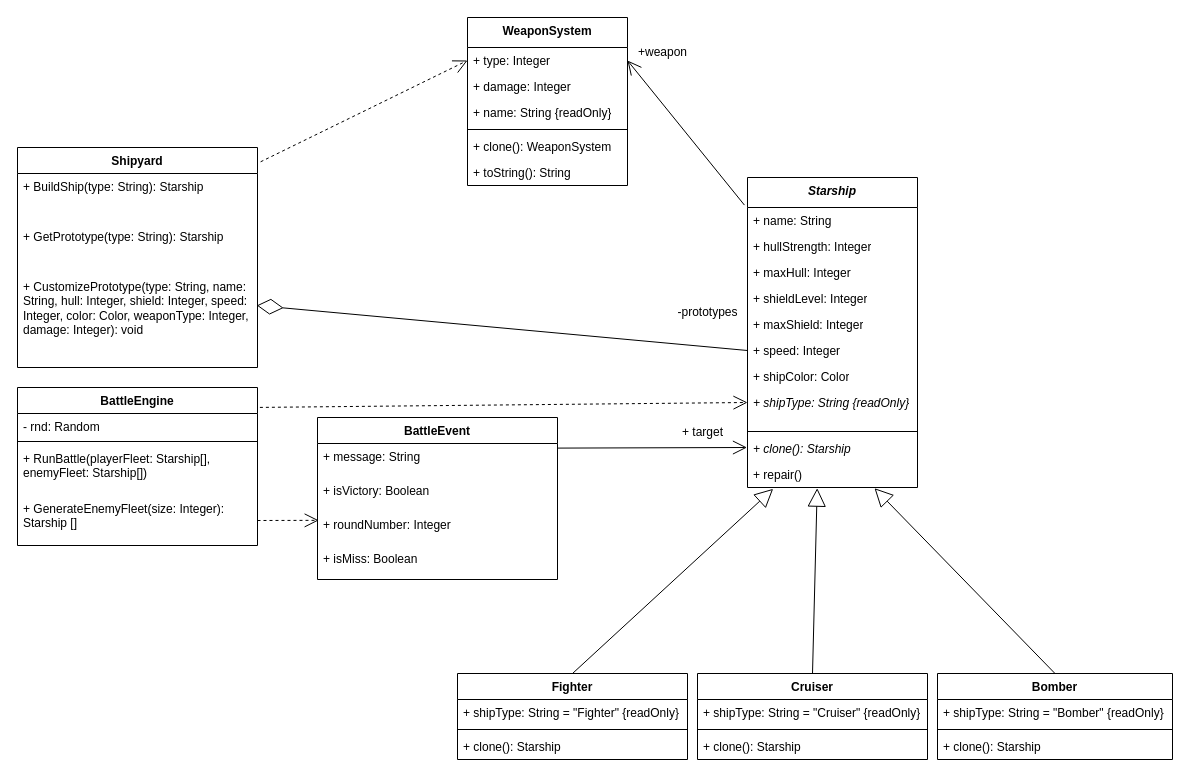
This is lab01/umlships.drawio from bigflyy/Object-oriented-analysis-and-design-2, a draw.io file, before an edit. Source tidied: cells renumbered, new cells numbered last; positions are measured from the earlier drawing's top-left corner, leaving out a move shared by most shapes. Both pictures are drawn from the tidied source at 100%, with x=0, y=0 at pixel (17, 17).
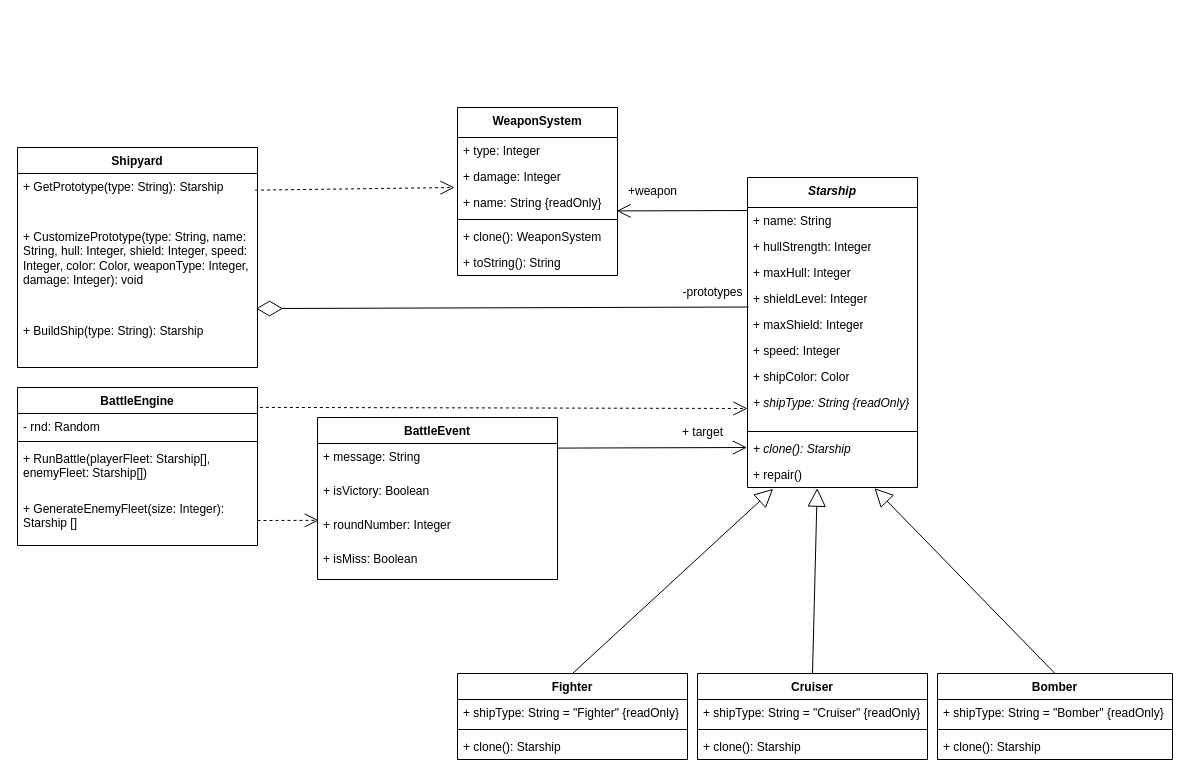
Above is the later version.

The change refers to these unchanged cells:
```xml
<mxCell id="2" value="&lt;div&gt;&lt;i style=&quot;background-color: transparent; color: light-dark(rgb(0, 0, 0), rgb(255, 255, 255));&quot;&gt;Starship&lt;/i&gt;&lt;/div&gt;" style="swimlane;fontStyle=1;align=center;verticalAlign=top;horizontal=1;startSize=30;whiteSpace=wrap;html=1;" parent="1" vertex="1">
  <mxGeometry x="730" y="160" width="170" height="310" as="geometry" />
</mxCell>
<mxCell id="6" value="+ shieldLevel: Integer" style="text;strokeColor=none;fillColor=none;align=left;verticalAlign=top;spacingLeft=4;spacingRight=4;overflow=hidden;points=[[0,0.5],[1,0.5]];portConstraint=eastwest;whiteSpace=wrap;html=1;" parent="2" vertex="1">
  <mxGeometry y="108" width="170" height="26" as="geometry" />
</mxCell>
<mxCell id="8" value="+ speed: Integer" style="text;strokeColor=none;fillColor=none;align=left;verticalAlign=top;spacingLeft=4;spacingRight=4;overflow=hidden;points=[[0,0.5],[1,0.5]];portConstraint=eastwest;whiteSpace=wrap;html=1;" parent="2" vertex="1">
  <mxGeometry y="160" width="170" height="26" as="geometry" />
</mxCell>
<mxCell id="10" value="&lt;i&gt;+ shipType: String {readOnly}&lt;/i&gt;" style="text;strokeColor=none;fillColor=none;align=left;verticalAlign=top;spacingLeft=4;spacingRight=4;overflow=hidden;points=[[0,0.5],[1,0.5]];portConstraint=eastwest;whiteSpace=wrap;html=1;" parent="2" vertex="1">
  <mxGeometry y="212" width="170" height="38" as="geometry" />
</mxCell>
<mxCell id="30" value="+ type: Integer" style="text;strokeColor=none;fillColor=none;align=left;verticalAlign=top;spacingLeft=4;spacingRight=4;overflow=hidden;points=[[0,0.5],[1,0.5]];portConstraint=eastwest;whiteSpace=wrap;html=1;" parent="29" vertex="1">
  <mxGeometry y="30" width="160" height="26" as="geometry" />
</mxCell>
<mxCell id="32" value="+ name: String {readOnly}" style="text;strokeColor=none;fillColor=none;align=left;verticalAlign=top;spacingLeft=4;spacingRight=4;overflow=hidden;points=[[0,0.5],[1,0.5]];portConstraint=eastwest;whiteSpace=wrap;html=1;" parent="29" vertex="1">
  <mxGeometry y="82" width="160" height="26" as="geometry" />
</mxCell>
<mxCell id="37" value="BattleEngine" style="swimlane;fontStyle=1;align=center;verticalAlign=top;horizontal=1;startSize=26;whiteSpace=wrap;html=1;" parent="1" vertex="1">
  <mxGeometry y="370" width="240" height="158" as="geometry" />
</mxCell>
<mxCell id="44" value="Shipyard" style="swimlane;fontStyle=1;align=center;verticalAlign=top;horizontal=1;startSize=26;whiteSpace=wrap;html=1;" parent="1" vertex="1">
  <mxGeometry y="130" width="240" height="220" as="geometry" />
</mxCell>
```

Change to the diagram source:
```diff
@@
     <mxCell id="29" value="WeaponSystem" style="swimlane;fontStyle=1;align=center;verticalAlign=top;horizontal=1;startSize=30;whiteSpace=wrap;html=1;" parent="1" vertex="1">
-      <mxGeometry x="450" width="160" height="168" as="geometry" />
+      <mxGeometry x="440" y="90" width="160" height="168" as="geometry" />
     </mxCell>
@@
-    <mxCell id="36" style="endArrow=open;endFill=1;endSize=12;html=1;rounded=0;exitX=-0.018;exitY=0.089;exitDx=0;exitDy=0;entryX=1;entryY=0.5;entryDx=0;entryDy=0;exitPerimeter=0;" parent="1" edge="1" source="2" target="30">
-      <mxGeometry relative="1" as="geometry" />
+    <mxCell id="36" style="endArrow=open;endFill=1;endSize=12;html=1;rounded=0;entryX=0.995;entryY=0.824;entryDx=0;entryDy=0;entryPerimeter=0;" parent="1" edge="1" target="32">
+      <mxGeometry relative="1" as="geometry">
+        <mxPoint x="730" y="193" as="sourcePoint" />
+      </mxGeometry>
     </mxCell>
@@
-    <mxCell id="42" style="endArrow=open;endSize=12;dashed=1;html=1;rounded=0;exitX=1.01;exitY=0.126;exitDx=0;exitDy=0;exitPerimeter=0;entryX=0;entryY=0.5;entryDx=0;entryDy=0;" parent="1" edge="1" source="37">
-      <mxGeometry relative="1" as="geometry">
-        <mxPoint x="730" y="385" as="targetPoint" />
-      </mxGeometry>
+    <mxCell id="42" style="endArrow=open;endSize=12;dashed=1;html=1;rounded=0;exitX=1.01;exitY=0.126;exitDx=0;exitDy=0;exitPerimeter=0;entryX=0;entryY=0.5;entryDx=0;entryDy=0;" parent="1" edge="1" source="37" target="10">
+      <mxGeometry relative="1" as="geometry" />
     </mxCell>
     <mxCell id="43" value="+weapon" style="text;html=1;align=center;verticalAlign=middle;strokeColor=none;fillColor=none;" parent="1" vertex="1">
-      <mxGeometry x="610" y="20" width="70" height="30" as="geometry" />
+      <mxGeometry x="600" y="159" width="70" height="30" as="geometry" />
     </mxCell>
@@
-    <mxCell id="45" value="+ BuildShip(type: String): Starship" style="text;strokeColor=none;fillColor=none;align=left;verticalAlign=top;spacingLeft=4;spacingRight=4;overflow=hidden;whiteSpace=wrap;html=1;" parent="44" vertex="1">
-      <mxGeometry y="26" width="240" height="50" as="geometry" />
-    </mxCell>
     <mxCell id="46" value="+ GetPrototype(type: String): Starship" style="text;strokeColor=none;fillColor=none;align=left;verticalAlign=top;spacingLeft=4;spacingRight=4;overflow=hidden;points=[[0,0.5],[1,0.5]];portConstraint=eastwest;whiteSpace=wrap;html=1;" parent="44" vertex="1">
-      <mxGeometry y="76" width="240" height="50" as="geometry" />
+      <mxGeometry y="26" width="240" height="50" as="geometry" />
     </mxCell>
     <mxCell id="47" value="+ CustomizePrototype(type: String, name: String, hull: Integer, shield: Integer, speed: Integer, color: Color, weaponType: Integer, damage: Integer): void" style="text;strokeColor=none;fillColor=none;align=left;verticalAlign=top;spacingLeft=4;spacingRight=4;overflow=hidden;points=[[0,0.5],[1,0.5]];portConstraint=eastwest;whiteSpace=wrap;html=1;" parent="44" vertex="1">
-      <mxGeometry y="126" width="240" height="94" as="geometry" />
+      <mxGeometry y="76" width="240" height="94" as="geometry" />
     </mxCell>
+    <mxCell id="45" value="+ BuildShip(type: String): Starship" style="text;strokeColor=none;fillColor=none;align=left;verticalAlign=top;spacingLeft=4;spacingRight=4;overflow=hidden;whiteSpace=wrap;html=1;" parent="44" vertex="1">
+      <mxGeometry y="170" width="240" height="50" as="geometry" />
+    </mxCell>
-    <mxCell id="48" style="endArrow=diamondThin;endFill=0;endSize=24;html=1;rounded=0;entryX=0.997;entryY=0.34;entryDx=0;entryDy=0;entryPerimeter=0;exitX=0;exitY=0.5;exitDx=0;exitDy=0;" parent="1" edge="1" source="8" target="47">
+    <mxCell id="48" style="endArrow=diamondThin;endFill=0;endSize=24;html=1;rounded=0;entryX=0.994;entryY=0.905;entryDx=0;entryDy=0;entryPerimeter=0;exitX=0.006;exitY=0.827;exitDx=0;exitDy=0;exitPerimeter=0;" parent="1" edge="1" source="6" target="47">
       <mxGeometry relative="1" as="geometry" />
     </mxCell>
     <mxCell id="49" value="-prototypes" style="text;html=1;align=center;verticalAlign=middle;strokeColor=none;fillColor=none;" parent="1" vertex="1">
-      <mxGeometry x="650" y="280" width="80" height="30" as="geometry" />
+      <mxGeometry x="655" y="260" width="80" height="30" as="geometry" />
     </mxCell>
-    <mxCell id="50" style="endArrow=open;endSize=12;dashed=1;html=1;rounded=0;exitX=1.013;exitY=0.065;exitDx=0;exitDy=0;exitPerimeter=0;entryX=0;entryY=0.5;entryDx=0;entryDy=0;" parent="1" edge="1" source="44" target="30">
-      <mxGeometry relative="1" as="geometry" />
+    <mxCell id="50" style="endArrow=open;endSize=12;dashed=1;html=1;rounded=0;exitX=0.99;exitY=0.333;exitDx=0;exitDy=0;exitPerimeter=0;" parent="1" edge="1" source="46">
+      <mxGeometry relative="1" as="geometry">
+        <mxPoint x="437" y="170" as="targetPoint" />
+      </mxGeometry>
     </mxCell>
```
